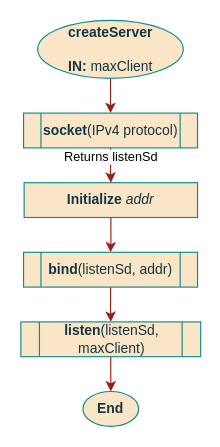
Above: page "CreateServer" (7 of 14) of documentation/flowcharts/RS/RS.drawio in ESRGgroup9/slipad (draw.io), before the change. Source tidied: cells renumbered, new cells numbered last; positions are measured from the earlier drawing's top-left corner, leaving out a move shared by most shapes. Both pictures are drawn from the tidied source at 116%, with x=0, y=0 at pixel (21, 20).
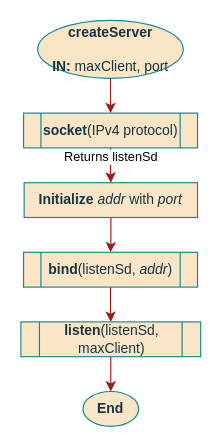
After the change.

The edit, as a diff of the source:
```diff
@@
 <mxGraphModel>
   <root>
     <mxCell id="0" />
     <mxCell id="1" parent="0" />
     <mxCell id="2" style="edgeStyle=orthogonalEdgeStyle;rounded=0;jettySize=auto;html=1;strokeColor=#9C1E18;" parent="1" edge="1" source="3" target="8">
       <mxGeometry relative="1" as="geometry" />
     </mxCell>
-    <mxCell id="3" value="&lt;div&gt;createServer&lt;/div&gt;&lt;div&gt;&lt;span style=&quot;font-weight: normal&quot;&gt;&lt;br&gt;&lt;/span&gt;&lt;/div&gt;&lt;div&gt;&lt;span style=&quot;font-weight: normal&quot;&gt;&lt;b&gt;IN: &lt;/b&gt;maxClient&lt;/span&gt;&lt;/div&gt;&lt;span style=&quot;font-weight: normal&quot;&gt;&lt;/span&gt;" style="ellipse;whiteSpace=wrap;html=1;fillColor=#FAE5C7;strokeColor=#0F8B8D;fontColor=#143642;fontStyle=1;" parent="1" vertex="1">
+    <mxCell id="3" value="&lt;div&gt;createServer&lt;/div&gt;&lt;div&gt;&lt;span style=&quot;font-weight: normal&quot;&gt;&lt;br&gt;&lt;/span&gt;&lt;/div&gt;&lt;div&gt;&lt;span style=&quot;font-weight: normal&quot;&gt;&lt;b&gt;IN: &lt;/b&gt;maxClient, port&lt;br&gt;&lt;/span&gt;&lt;/div&gt;&lt;span style=&quot;font-weight: normal&quot;&gt;&lt;/span&gt;" style="ellipse;whiteSpace=wrap;html=1;fillColor=#FAE5C7;strokeColor=#0F8B8D;fontColor=#143642;fontStyle=1;" parent="1" vertex="1">
       <mxGeometry x="14" width="125.5" height="50" as="geometry" />
     </mxCell>
     <mxCell id="4" value="End" style="ellipse;whiteSpace=wrap;html=1;fillColor=#FAE5C7;strokeColor=#0F8B8D;fontColor=#143642;fontStyle=1;" parent="1" vertex="1">
       <mxGeometry x="53" y="320" width="48" height="30" as="geometry" />
     </mxCell>
     <mxCell id="5" style="edgeStyle=orthogonalEdgeStyle;rounded=0;jettySize=auto;html=1;strokeColor=#9C1E18;" parent="1" edge="1" source="6" target="10">
       <mxGeometry relative="1" as="geometry" />
     </mxCell>
-    <mxCell id="6" value="&lt;b&gt;Initialize&lt;/b&gt; &lt;i&gt;addr&lt;/i&gt;" style="rounded=0;whiteSpace=wrap;html=1;sketch=0;fontColor=#143642;strokeColor=#0F8B8D;fillColor=#FAE5C7;" parent="1" vertex="1">
+    <mxCell id="6" value="&lt;b&gt;Initialize&lt;/b&gt; &lt;i&gt;addr&lt;/i&gt; with &lt;i&gt;port&lt;/i&gt;" style="rounded=0;whiteSpace=wrap;html=1;sketch=0;fontColor=#143642;strokeColor=#0F8B8D;fillColor=#FAE5C7;" parent="1" vertex="1">
       <mxGeometry x="2.3" y="140" width="149.5" height="30" as="geometry" />
     </mxCell>
     <mxCell id="7" value="Returns listenSd" style="edgeStyle=orthogonalEdgeStyle;rounded=0;jettySize=auto;html=1;strokeColor=#9C1E18;" parent="1" edge="1" source="8" target="6">
       <mxGeometry x="-0.5" relative="1" as="geometry" />
     </mxCell>
     <mxCell id="8" value="socket&lt;span style=&quot;font-weight: normal&quot;&gt;(IPv4 protocol)&lt;/span&gt;" style="shape=process;whiteSpace=wrap;html=1;backgroundOutline=1;rounded=0;sketch=0;fontColor=#143642;strokeColor=#0F8B8D;fillColor=#FAE5C7;fontStyle=1;" parent="1" vertex="1">
       <mxGeometry x="1.8" y="80" width="150" height="30" as="geometry" />
     </mxCell>
     <mxCell id="9" style="edgeStyle=orthogonalEdgeStyle;rounded=0;jettySize=auto;html=1;strokeColor=#9C1E18;" parent="1" edge="1" source="10" target="12">
       <mxGeometry relative="1" as="geometry" />
     </mxCell>
-    <mxCell id="10" value="bind&lt;span style=&quot;font-weight: normal&quot;&gt;(listenSd, addr)&lt;/span&gt;" style="shape=process;whiteSpace=wrap;html=1;backgroundOutline=1;rounded=0;sketch=0;fontColor=#143642;strokeColor=#0F8B8D;fillColor=#FAE5C7;fontStyle=1;" parent="1" vertex="1">
+    <mxCell id="10" value="bind&lt;span style=&quot;font-weight: normal&quot;&gt;(listenSd, &lt;i&gt;addr&lt;/i&gt;)&lt;/span&gt;" style="shape=process;whiteSpace=wrap;html=1;backgroundOutline=1;rounded=0;sketch=0;fontColor=#143642;strokeColor=#0F8B8D;fillColor=#FAE5C7;fontStyle=1;" parent="1" vertex="1">
       <mxGeometry x="1.8" y="200" width="150" height="30" as="geometry" />
     </mxCell>
     <mxCell id="11" style="edgeStyle=orthogonalEdgeStyle;rounded=0;jettySize=auto;html=1;strokeColor=#9C1E18;" parent="1" edge="1" source="12" target="4">
       <mxGeometry relative="1" as="geometry" />
     </mxCell>
     <mxCell id="12" value="&lt;span class=&quot;pl-c1&quot;&gt;listen&lt;/span&gt;&lt;span style=&quot;font-weight: normal&quot;&gt;(listenSd, maxClient) &lt;/span&gt;&lt;span style=&quot;font-weight: normal&quot;&gt;&lt;/span&gt;" style="shape=process;whiteSpace=wrap;html=1;backgroundOutline=1;rounded=0;sketch=0;fontColor=#143642;strokeColor=#0F8B8D;fillColor=#FAE5C7;fontStyle=1;" parent="1" vertex="1">
       <mxGeometry x="-0.5" y="260" width="155" height="30" as="geometry" />
     </mxCell>
   </root>
 </mxGraphModel>
```
